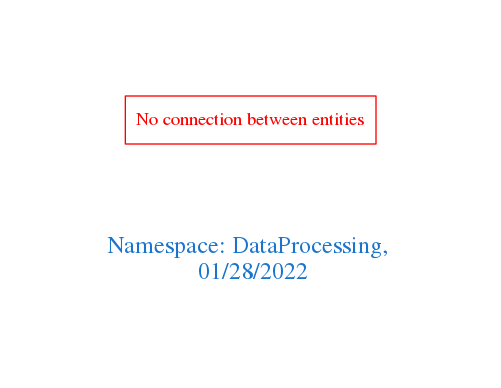
Earlier version of the Graphviz export downloads/DataProcessing.png (arago/OGIT). Its source is kept beside it as downloads/DataProcessing.dot.
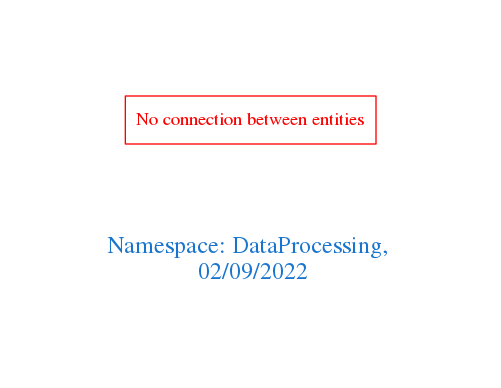
Above is the later version.

The edit, as a diff of the source:
```diff
@@ -1,7 +1,7 @@
 digraph OGIT_ontology {
  graph [ rankdir= LR,pad=1
 fontsize = 18,
-fontcolor= dodgerblue3,label = "\n\n\nNamespace: DataProcessing, \n 01/28/2022"];
+fontcolor= dodgerblue3,label = "\n\n\nNamespace: DataProcessing, \n 02/09/2022"];
 node[shape=polygon];
 edge [  color="gray81"];
 
```
